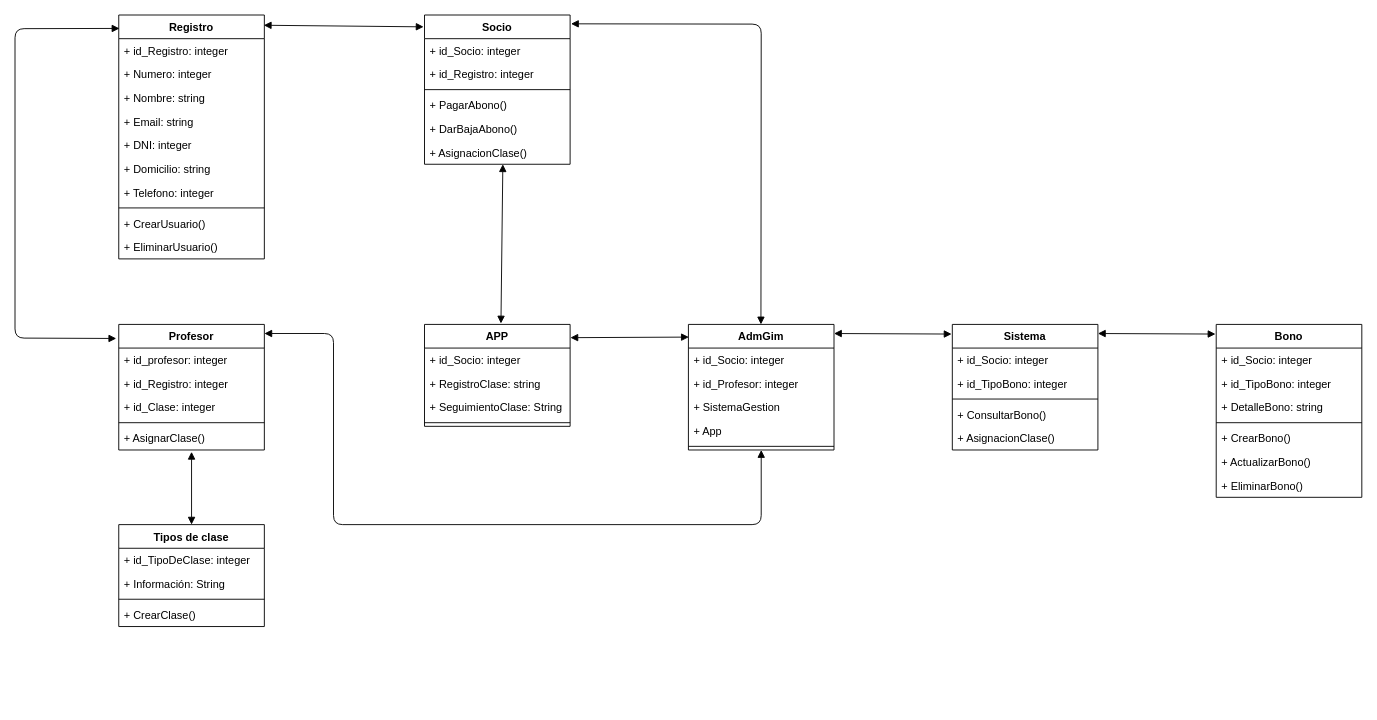
This is Untitled Diagram.drawio from Alexisgr93/elixir, a draw.io file, before an edit. Source tidied: cells renumbered, new cells numbered last; positions are measured from the earlier drawing's top-left corner, leaving out a move shared by most shapes. Both pictures are drawn from the tidied source at 91%, with x=0, y=0 at pixel (15, 15).
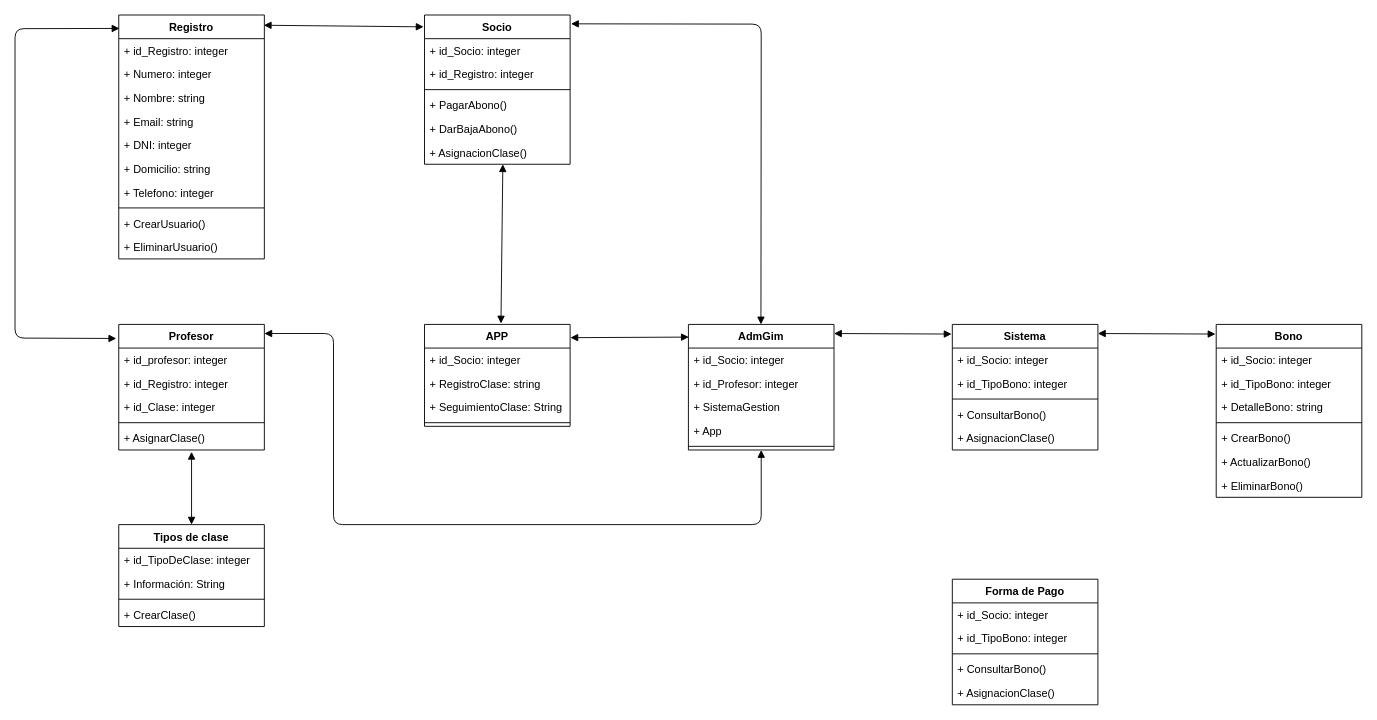
Above is the later version.

What changed in the source:
```diff
@@
+    <mxCell id="65" value="Forma de Pago" style="swimlane;fontStyle=1;align=center;verticalAlign=top;horizontal=1;startSize=26;" parent="1" vertex="1">
+      <mxGeometry x="1030" y="620" width="160" height="138" as="geometry" />
+    </mxCell>
+    <mxCell id="66" value="+ id_Socio: integer" style="text;strokeColor=none;fillColor=none;align=left;verticalAlign=top;spacingLeft=4;spacingRight=4;overflow=hidden;" parent="65" vertex="1">
+      <mxGeometry y="26" width="160" height="26" as="geometry" />
+    </mxCell>
+    <mxCell id="67" value="+ id_TipoBono: integer" style="text;strokeColor=none;fillColor=none;align=left;verticalAlign=top;spacingLeft=4;spacingRight=4;overflow=hidden;" parent="65" vertex="1">
+      <mxGeometry y="52" width="160" height="26" as="geometry" />
+    </mxCell>
+    <mxCell id="68" style="line;strokeWidth=1;fillColor=none;align=left;verticalAlign=middle;spacingTop=-1;spacingLeft=3;spacingRight=3;labelPosition=right;" parent="65" vertex="1">
+      <mxGeometry y="78" width="160" height="8" as="geometry" />
+    </mxCell>
+    <mxCell id="69" value="+ ConsultarBono()&#10;" style="text;strokeColor=none;fillColor=none;align=left;verticalAlign=top;spacingLeft=4;spacingRight=4;overflow=hidden;" parent="65" vertex="1">
+      <mxGeometry y="86" width="160" height="26" as="geometry" />
+    </mxCell>
+    <mxCell id="70" value="+ AsignacionClase()" style="text;strokeColor=none;fillColor=none;align=left;verticalAlign=top;spacingLeft=4;spacingRight=4;overflow=hidden;" parent="65" vertex="1">
+      <mxGeometry y="112" width="160" height="26" as="geometry" />
+    </mxCell>
```
